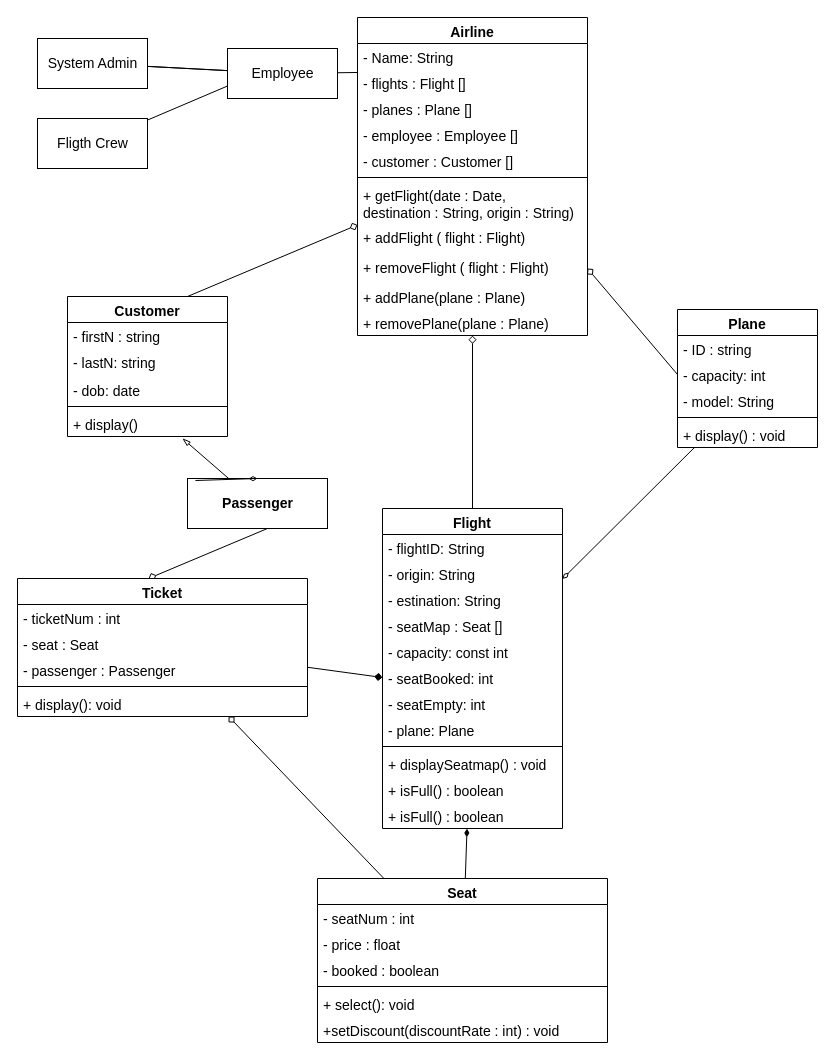
The draw.io diagram P2_Domain_Diagram/domain_full.drawio in ESDiep/FlightReservationProject, before the edit. Source tidied: cells renumbered, new cells numbered last; positions are measured from the earlier drawing's top-left corner, leaving out a move shared by most shapes. Both pictures are drawn from the tidied source at 100%, with x=0, y=0 at pixel (17, 17).
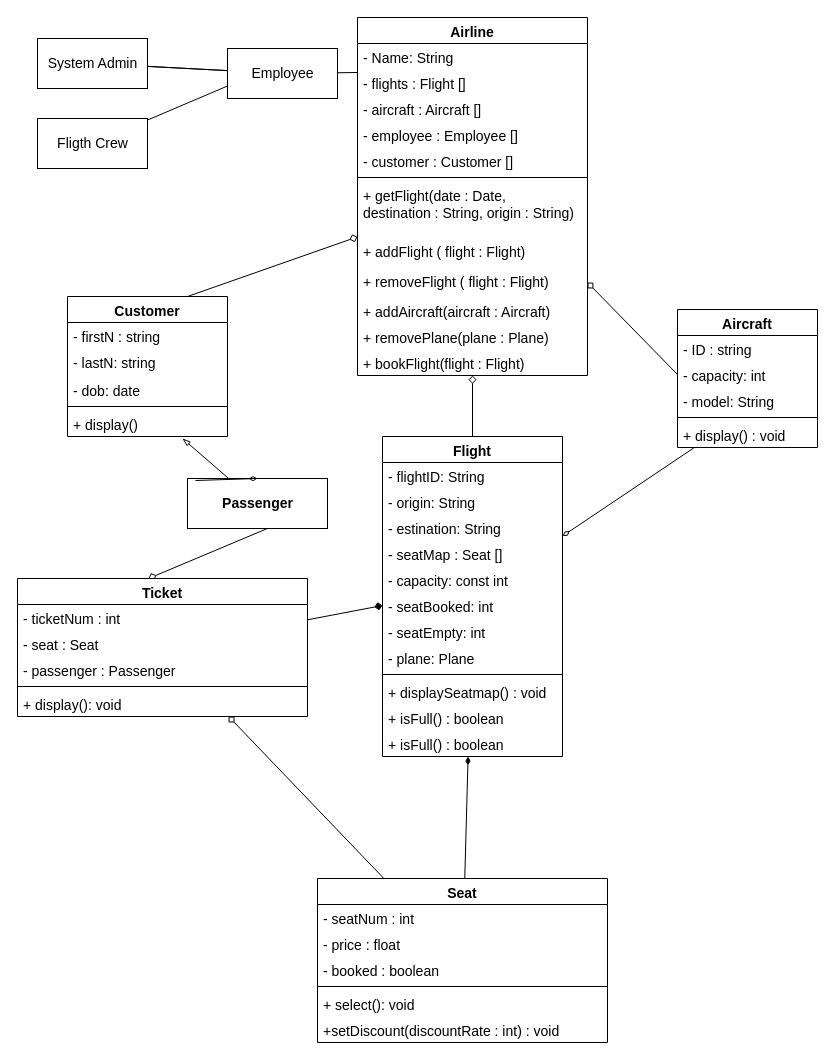
The same diagram, later.

The edit, as a diff of the source:
```diff
@@
     <mxCell id="13" value="Airline" style="swimlane;fontStyle=1;align=center;verticalAlign=top;horizontal=1;startSize=26;fontSize=14;" parent="1" vertex="1">
-      <mxGeometry x="340" width="230" height="318" as="geometry" />
+      <mxGeometry x="340" width="230" height="358" as="geometry" />
     </mxCell>
@@
-    <mxCell id="16" value="- planes : Plane []&#10;" style="text;strokeColor=none;fillColor=none;align=left;verticalAlign=top;spacingLeft=4;spacingRight=4;overflow=hidden;fontSize=14;" parent="13" vertex="1">
+    <mxCell id="16" value="- aircraft : Aircraft []&#10;" style="text;strokeColor=none;fillColor=none;align=left;verticalAlign=top;spacingLeft=4;spacingRight=4;overflow=hidden;fontSize=14;" parent="13" vertex="1">
       <mxGeometry y="78" width="230" height="26" as="geometry" />
     </mxCell>
@@
     <mxCell id="20" value="+ getFlight(date : Date, &#10;destination : String, origin : String) " style="text;strokeColor=none;fillColor=none;align=left;verticalAlign=top;spacingLeft=4;spacingRight=4;overflow=hidden;fontSize=14;" parent="13" vertex="1">
-      <mxGeometry y="164" width="230" height="42" as="geometry" />
+      <mxGeometry y="164" width="230" height="56" as="geometry" />
     </mxCell>
     <mxCell id="21" value="+ addFlight ( flight : Flight)" style="text;strokeColor=none;fillColor=none;align=left;verticalAlign=top;spacingLeft=4;spacingRight=4;overflow=hidden;fontSize=14;" parent="13" vertex="1">
-      <mxGeometry y="206" width="230" height="30" as="geometry" />
+      <mxGeometry y="220" width="230" height="30" as="geometry" />
     </mxCell>
     <mxCell id="22" value="+ removeFlight ( flight : Flight)" style="text;strokeColor=none;fillColor=none;align=left;verticalAlign=top;spacingLeft=4;spacingRight=4;overflow=hidden;points=[[0,0.5],[1,0.5]];portConstraint=eastwest;fontSize=14;" parent="13" vertex="1">
-      <mxGeometry y="236" width="230" height="30" as="geometry" />
+      <mxGeometry y="250" width="230" height="30" as="geometry" />
     </mxCell>
-    <mxCell id="23" value="+ addPlane(plane : Plane)" style="text;strokeColor=none;fillColor=none;align=left;verticalAlign=top;spacingLeft=4;spacingRight=4;overflow=hidden;fontSize=14;" parent="13" vertex="1">
-      <mxGeometry y="266" width="230" height="26" as="geometry" />
+    <mxCell id="23" value="+ addAircraft(aircraft : Aircraft)" style="text;strokeColor=none;fillColor=none;align=left;verticalAlign=top;spacingLeft=4;spacingRight=4;overflow=hidden;fontSize=14;" parent="13" vertex="1">
+      <mxGeometry y="280" width="230" height="26" as="geometry" />
     </mxCell>
+    <mxCell id="70" value="+ removePlane(plane : Plane)" style="text;strokeColor=none;fillColor=none;align=left;verticalAlign=top;spacingLeft=4;spacingRight=4;overflow=hidden;fontSize=14;" parent="13" vertex="1">
+      <mxGeometry y="306" width="230" height="26" as="geometry" />
+    </mxCell>
-    <mxCell id="24" value="+ removePlane(plane : Plane)" style="text;strokeColor=none;fillColor=none;align=left;verticalAlign=top;spacingLeft=4;spacingRight=4;overflow=hidden;fontSize=14;" parent="13" vertex="1">
-      <mxGeometry y="292" width="230" height="26" as="geometry" />
+    <mxCell id="24" value="+ bookFlight(flight : Flight)" style="text;strokeColor=none;fillColor=none;align=left;verticalAlign=top;spacingLeft=4;spacingRight=4;overflow=hidden;fontSize=14;" parent="13" vertex="1">
+      <mxGeometry y="332" width="230" height="26" as="geometry" />
     </mxCell>
@@
     <mxCell id="27" value="Flight" style="swimlane;fontStyle=1;align=center;verticalAlign=top;horizontal=1;startSize=26;fontSize=14;" parent="1" vertex="1">
-      <mxGeometry x="365" y="491" width="180" height="320" as="geometry" />
+      <mxGeometry x="365" y="419" width="180" height="320" as="geometry" />
     </mxCell>
@@
-    <mxCell id="62" value="Plane" style="swimlane;fontStyle=1;align=center;verticalAlign=top;horizontal=1;startSize=26;fontSize=14;" parent="1" vertex="1">
+    <mxCell id="62" value="Aircraft" style="swimlane;fontStyle=1;align=center;verticalAlign=top;horizontal=1;startSize=26;fontSize=14;" parent="1" vertex="1">
       <mxGeometry x="660" y="292" width="140" height="138" as="geometry" />
     </mxCell>
```
